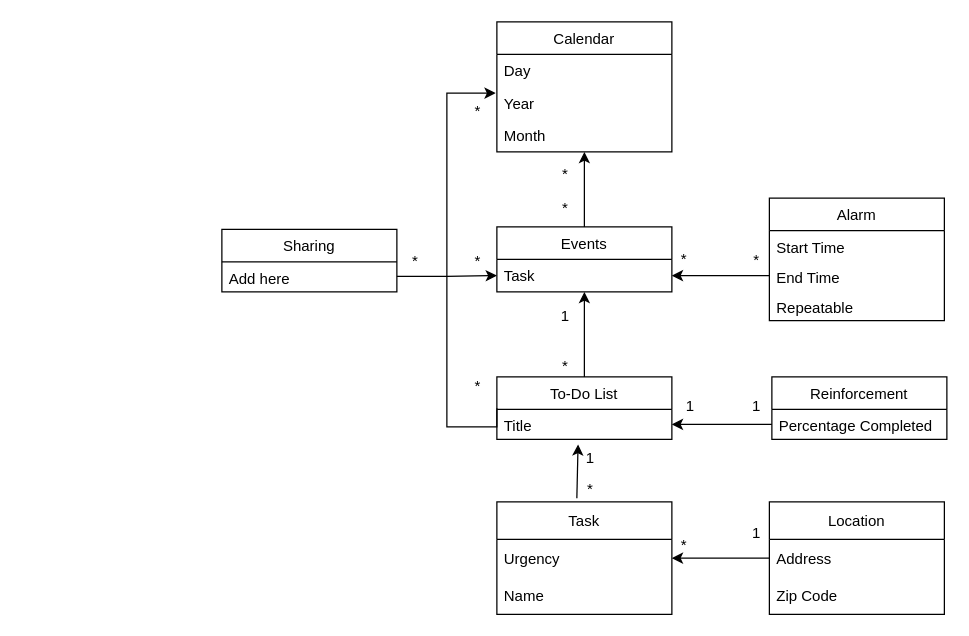
This is Deliverables/Deliverable_Images/D3_diagram.drawio from Carhn/PlanItOut, a draw.io file, before an edit. Source tidied: cells renumbered, new cells numbered last; positions are measured from the earlier drawing's top-left corner, leaving out a move shared by most shapes. Both pictures are drawn from the tidied source at 125%, with x=0, y=0 at pixel (221, 21).
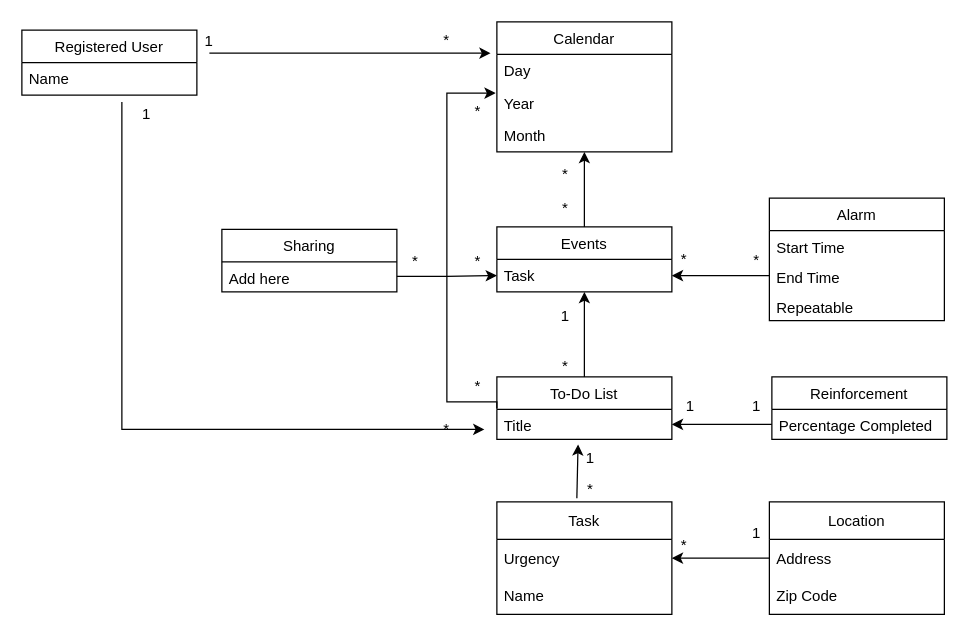
After the change.

The change refers to these unchanged cells:
```xml
<mxCell id="3" value="Day" style="text;strokeColor=none;fillColor=none;align=left;verticalAlign=top;spacingLeft=4;spacingRight=4;overflow=hidden;points=[[0,0.5],[1,0.5]];portConstraint=eastwest;" parent="2" vertex="1">
  <mxGeometry y="26" width="140" height="26" as="geometry" />
</mxCell>
<mxCell id="4" value="Year" style="text;strokeColor=none;fillColor=none;align=left;verticalAlign=top;spacingLeft=4;spacingRight=4;overflow=hidden;points=[[0,0.5],[1,0.5]];portConstraint=eastwest;" parent="2" vertex="1">
  <mxGeometry y="52" width="140" height="26" as="geometry" />
</mxCell>
<mxCell id="20" value="To-Do List" style="swimlane;fontStyle=0;horizontal=1;startSize=26;fillColor=none;" parent="1" vertex="1">
  <mxGeometry x="220" y="284" width="140" height="50" as="geometry" />
</mxCell>
```

Diff of the diagram source:
```diff
@@
     <mxCell id="19" style="edgeStyle=orthogonalEdgeStyle;rounded=0;jettySize=auto;html=1;exitX=0;exitY=0.5;exitDx=0;exitDy=0;entryX=-0.007;entryY=0.192;entryDx=0;entryDy=0;entryPerimeter=0;" parent="1" edge="1" source="20" target="4">
       <mxGeometry relative="1" as="geometry">
         <Array as="points">
-          <mxPoint x="220" y="324" />
-          <mxPoint x="180" y="324" />
+          <mxPoint x="220" y="304" />
+          <mxPoint x="180" y="304" />
           <mxPoint x="180" y="57" />
         </Array>
       </mxGeometry>
     </mxCell>
@@
+    <mxCell id="48" value="Registered User" style="swimlane;fontStyle=0;horizontal=1;startSize=26;fillColor=none;" parent="1" vertex="1">
+      <mxGeometry x="-160" y="6.5" width="140" height="52" as="geometry" />
+    </mxCell>
+    <mxCell id="49" value="Name" style="text;strokeColor=none;fillColor=none;align=left;verticalAlign=top;spacingLeft=4;spacingRight=4;overflow=hidden;" parent="48" vertex="1">
+      <mxGeometry y="26" width="140" height="26" as="geometry" />
+    </mxCell>
+    <mxCell id="50" style="endArrow=classic;html=1;rounded=0;entryX=-0.036;entryY=-0.038;entryDx=0;entryDy=0;entryPerimeter=0;" parent="1" edge="1" target="3">
+      <mxGeometry relative="1" as="geometry">
+        <mxPoint x="-10" y="25" as="sourcePoint" />
+      </mxGeometry>
+    </mxCell>
+    <mxCell id="51" value="*" style="text;html=1;strokeColor=none;fillColor=none;align=center;verticalAlign=middle;whiteSpace=wrap;rounded=0;" parent="1" vertex="1">
+      <mxGeometry x="150" y="6.5" width="60" height="17" as="geometry" />
+    </mxCell>
+    <mxCell id="52" value="1" style="text;html=1;strokeColor=none;fillColor=none;align=center;verticalAlign=middle;whiteSpace=wrap;rounded=0;" parent="1" vertex="1">
+      <mxGeometry x="-40" y="7" width="60" height="17" as="geometry" />
+    </mxCell>
+    <mxCell id="53" style="endArrow=classic;html=1;rounded=0;entryX=1;entryY=0.5;entryDx=0;entryDy=0;" parent="1" edge="1" target="54">
+      <mxGeometry relative="1" as="geometry">
+        <mxPoint x="-80" y="316" as="sourcePoint" />
+        <Array as="points">
+          <mxPoint x="-80" y="64" />
+          <mxPoint x="-80" y="326" />
+        </Array>
+      </mxGeometry>
+    </mxCell>
+    <mxCell id="54" value="*" style="text;html=1;strokeColor=none;fillColor=none;align=center;verticalAlign=middle;whiteSpace=wrap;rounded=0;" parent="1" vertex="1">
+      <mxGeometry x="150" y="316" width="60" height="20" as="geometry" />
+    </mxCell>
+    <mxCell id="55" value="1" style="text;html=1;strokeColor=none;fillColor=none;align=center;verticalAlign=middle;whiteSpace=wrap;rounded=0;" parent="1" vertex="1">
+      <mxGeometry x="-90" y="64" width="60" height="20" as="geometry" />
+    </mxCell>
```
